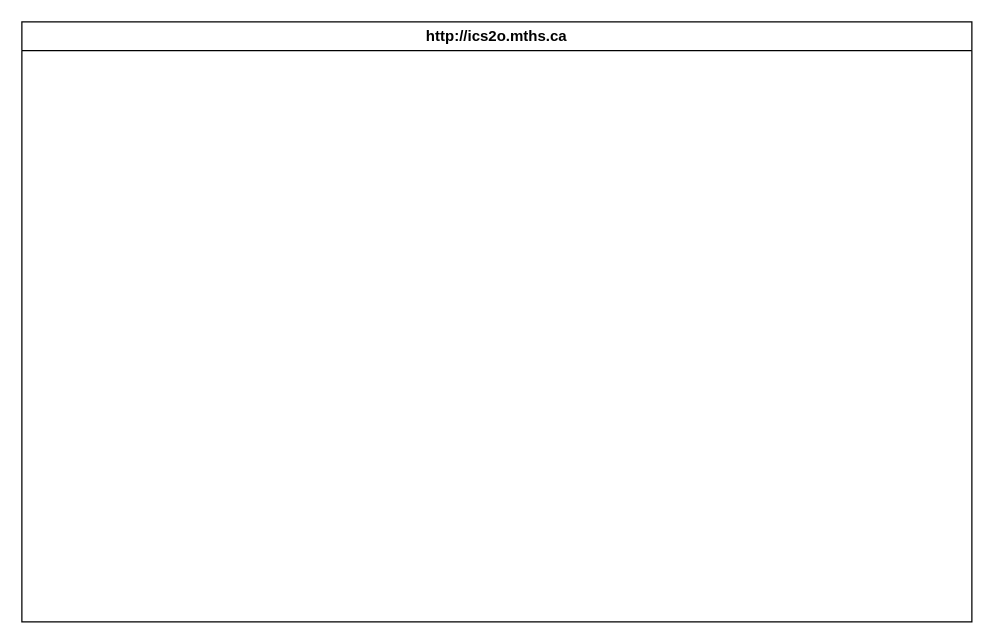
Above: design/storyboard.drawio in MTHS-ICD2O-1-2023/ICD2O-Unit-5-02-Adam-Batiuk (draw.io), before the change. Source tidied: cells renumbered, new cells numbered last; positions are measured from the earlier drawing's top-left corner, leaving out a move shared by most shapes. Both pictures are drawn from the tidied source at 125%, with x=0, y=0 at pixel (21, 21).
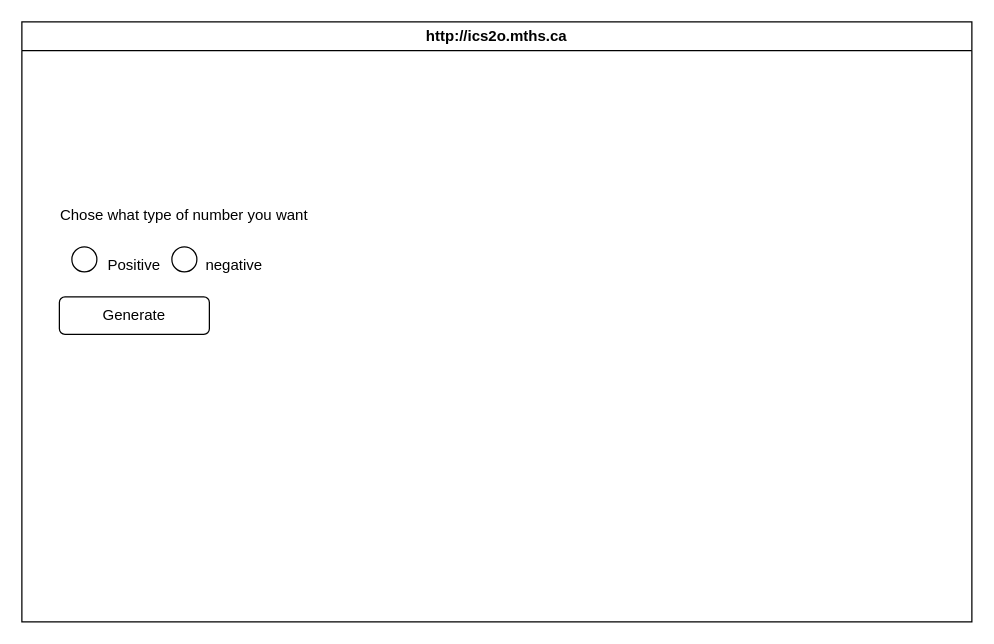
After the change.

What changed in the source:
```diff
@@
 <mxGraphModel>
   <root>
     <mxCell id="0" />
     <mxCell id="1" parent="0" />
     <mxCell id="2" value="http://ics2o.mths.ca" style="swimlane;whiteSpace=wrap;html=1;" parent="1" vertex="1">
       <mxGeometry width="760" height="480" as="geometry" />
     </mxCell>
+    <mxCell id="3" value="Generate" style="rounded=1;whiteSpace=wrap;html=1;" parent="2" vertex="1">
+      <mxGeometry x="30" y="220" width="120" height="30" as="geometry" />
+    </mxCell>
+    <mxCell id="4" style="ellipse;whiteSpace=wrap;html=1;" parent="2" vertex="1">
+      <mxGeometry x="40" y="180" width="20" height="20" as="geometry" />
+    </mxCell>
+    <mxCell id="5" style="ellipse;whiteSpace=wrap;html=1;" parent="2" vertex="1">
+      <mxGeometry x="120" y="180" width="20" height="20" as="geometry" />
+    </mxCell>
+    <mxCell id="6" value="Chose what type of number you want" style="text;html=1;strokeColor=none;fillColor=none;align=center;verticalAlign=middle;whiteSpace=wrap;rounded=0;" parent="2" vertex="1">
+      <mxGeometry x="20" y="140" width="220" height="30" as="geometry" />
+    </mxCell>
+    <mxCell id="7" value="Positive" style="text;html=1;strokeColor=none;fillColor=none;align=center;verticalAlign=middle;whiteSpace=wrap;rounded=0;" parent="2" vertex="1">
+      <mxGeometry x="60" y="180" width="60" height="30" as="geometry" />
+    </mxCell>
+    <mxCell id="8" value="negative" style="text;html=1;strokeColor=none;fillColor=none;align=center;verticalAlign=middle;whiteSpace=wrap;rounded=0;" parent="2" vertex="1">
+      <mxGeometry x="140" y="180" width="60" height="30" as="geometry" />
+    </mxCell>
   </root>
 </mxGraphModel>
```
